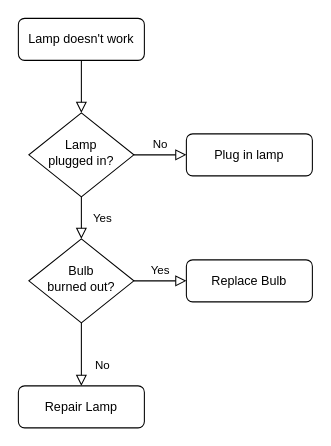
The draw.io diagram 未命名绘图.drawio in luxiao/drawio, before the edit. Source tidied: cells renumbered, new cells numbered last; positions are measured from the earlier drawing's top-left corner, leaving out a move shared by most shapes. Both pictures are drawn from the tidied source at 105%, with x=0, y=0 at pixel (18, 18).
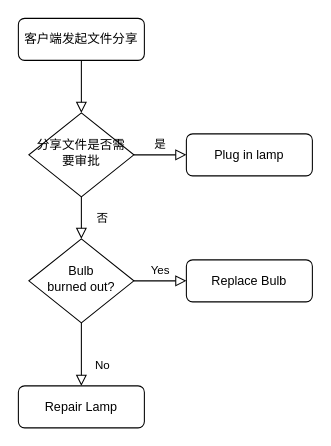
The same page after the edit.

Commit message:
更新未命名绘图.drawio

What changed in the source:
```diff
@@
 <mxGraphModel>
   <root>
     <mxCell id="0" />
     <mxCell id="1" parent="0" />
     <mxCell id="2" style="rounded=0;html=1;jettySize=auto;fontSize=11;endArrow=block;endFill=0;endSize=8;strokeWidth=1;shadow=0;labelBackgroundColor=none;edgeStyle=orthogonalEdgeStyle;" parent="1" edge="1" source="3" target="6">
       <mxGeometry relative="1" as="geometry" />
     </mxCell>
-    <mxCell id="3" value="Lamp doesn't work" style="rounded=1;whiteSpace=wrap;html=1;fontSize=12;glass=0;strokeWidth=1;shadow=0;" parent="1" vertex="1">
+    <mxCell id="3" value="客户端发起文件分享" style="rounded=1;whiteSpace=wrap;html=1;fontSize=12;glass=0;strokeWidth=1;shadow=0;" parent="1" vertex="1">
       <mxGeometry width="120" height="40" as="geometry" />
     </mxCell>
-    <mxCell id="4" value="Yes" style="rounded=0;html=1;jettySize=auto;fontSize=11;endArrow=block;endFill=0;endSize=8;strokeWidth=1;shadow=0;labelBackgroundColor=none;edgeStyle=orthogonalEdgeStyle;" parent="1" edge="1" source="6" target="10">
+    <mxCell id="4" value="否" style="rounded=0;html=1;jettySize=auto;fontSize=11;endArrow=block;endFill=0;endSize=8;strokeWidth=1;shadow=0;labelBackgroundColor=none;edgeStyle=orthogonalEdgeStyle;" parent="1" edge="1" source="6" target="10">
       <mxGeometry y="20" relative="1" as="geometry" />
     </mxCell>
-    <mxCell id="5" value="No" style="edgeStyle=orthogonalEdgeStyle;rounded=0;html=1;jettySize=auto;fontSize=11;endArrow=block;endFill=0;endSize=8;strokeWidth=1;shadow=0;labelBackgroundColor=none;" parent="1" edge="1" source="6" target="7">
+    <mxCell id="5" value="是" style="edgeStyle=orthogonalEdgeStyle;rounded=0;html=1;jettySize=auto;fontSize=11;endArrow=block;endFill=0;endSize=8;strokeWidth=1;shadow=0;labelBackgroundColor=none;" parent="1" edge="1" source="6" target="7">
       <mxGeometry y="10" relative="1" as="geometry" />
     </mxCell>
-    <mxCell id="6" value="Lamp&lt;br&gt;plugged in?" style="rhombus;whiteSpace=wrap;html=1;shadow=0;fontFamily=Helvetica;fontSize=12;align=center;strokeWidth=1;spacing=6;spacingTop=-4;" parent="1" vertex="1">
+    <mxCell id="6" value="分享文件是否需要审批" style="rhombus;whiteSpace=wrap;html=1;shadow=0;fontFamily=Helvetica;fontSize=12;align=center;strokeWidth=1;spacing=6;spacingTop=-4;" parent="1" vertex="1">
       <mxGeometry x="10" y="90" width="100" height="80" as="geometry" />
     </mxCell>
     <mxCell id="7" value="Plug in lamp" style="rounded=1;whiteSpace=wrap;html=1;fontSize=12;glass=0;strokeWidth=1;shadow=0;" parent="1" vertex="1">
       <mxGeometry x="160" y="110" width="120" height="40" as="geometry" />
     </mxCell>
     <mxCell id="8" value="No" style="rounded=0;html=1;jettySize=auto;fontSize=11;endArrow=block;endFill=0;endSize=8;strokeWidth=1;shadow=0;labelBackgroundColor=none;edgeStyle=orthogonalEdgeStyle;" parent="1" edge="1" source="10" target="11">
       <mxGeometry x="0.33" y="20" relative="1" as="geometry" />
     </mxCell>
     <mxCell id="9" value="Yes" style="edgeStyle=orthogonalEdgeStyle;rounded=0;html=1;jettySize=auto;fontSize=11;endArrow=block;endFill=0;endSize=8;strokeWidth=1;shadow=0;labelBackgroundColor=none;" parent="1" edge="1" source="10" target="12">
       <mxGeometry y="10" relative="1" as="geometry" />
     </mxCell>
     <mxCell id="10" value="Bulb&lt;br&gt;burned out?" style="rhombus;whiteSpace=wrap;html=1;shadow=0;fontFamily=Helvetica;fontSize=12;align=center;strokeWidth=1;spacing=6;spacingTop=-4;" parent="1" vertex="1">
       <mxGeometry x="10" y="210" width="100" height="80" as="geometry" />
     </mxCell>
     <mxCell id="11" value="Repair Lamp" style="rounded=1;whiteSpace=wrap;html=1;fontSize=12;glass=0;strokeWidth=1;shadow=0;" parent="1" vertex="1">
       <mxGeometry y="350" width="120" height="40" as="geometry" />
     </mxCell>
     <mxCell id="12" value="Replace Bulb" style="rounded=1;whiteSpace=wrap;html=1;fontSize=12;glass=0;strokeWidth=1;shadow=0;" parent="1" vertex="1">
       <mxGeometry x="160" y="230" width="120" height="40" as="geometry" />
     </mxCell>
   </root>
 </mxGraphModel>
```
